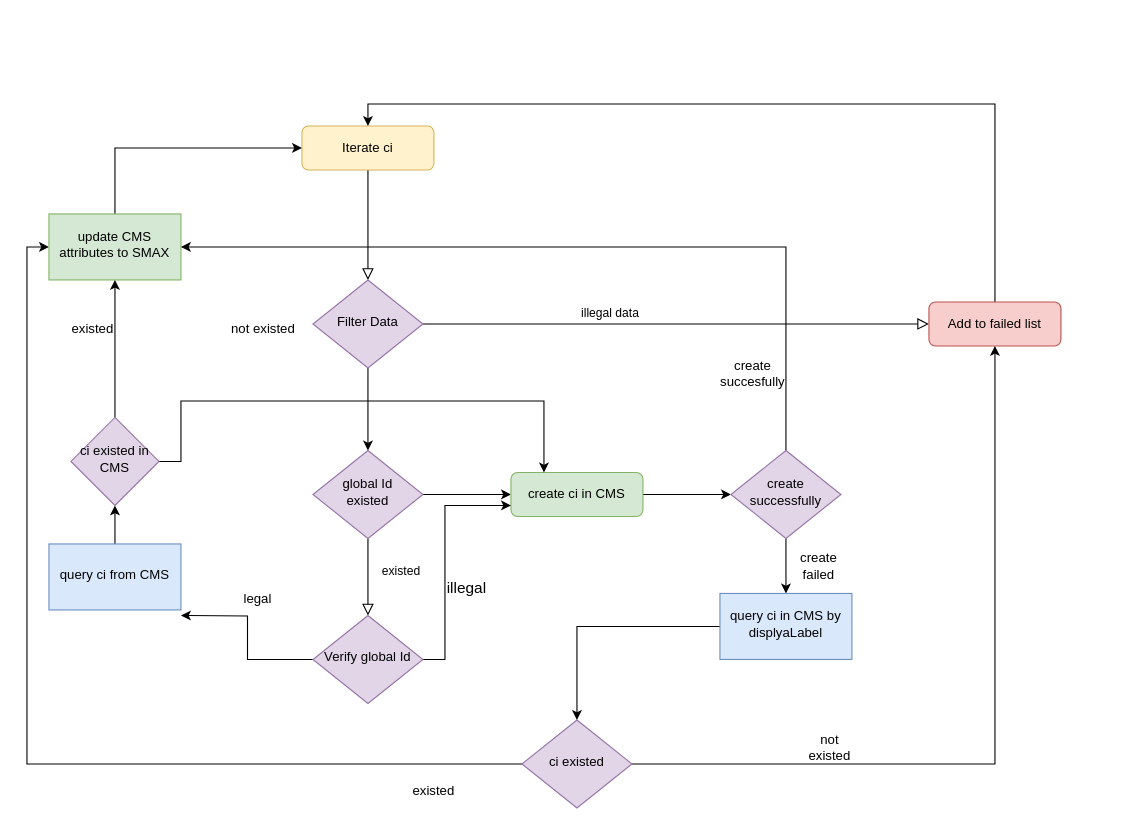
Earlier version of the draw.io diagram page "Page-1" (1 of 2) of 未命名绘图.drawio (Skylar-shanghai/diagrams). Source tidied: cells renumbered, new cells numbered last; positions are measured from the earlier drawing's top-left corner, leaving out a move shared by most shapes. Both pictures are drawn from the tidied source at 110%, with x=0, y=0 at pixel (48, 103).
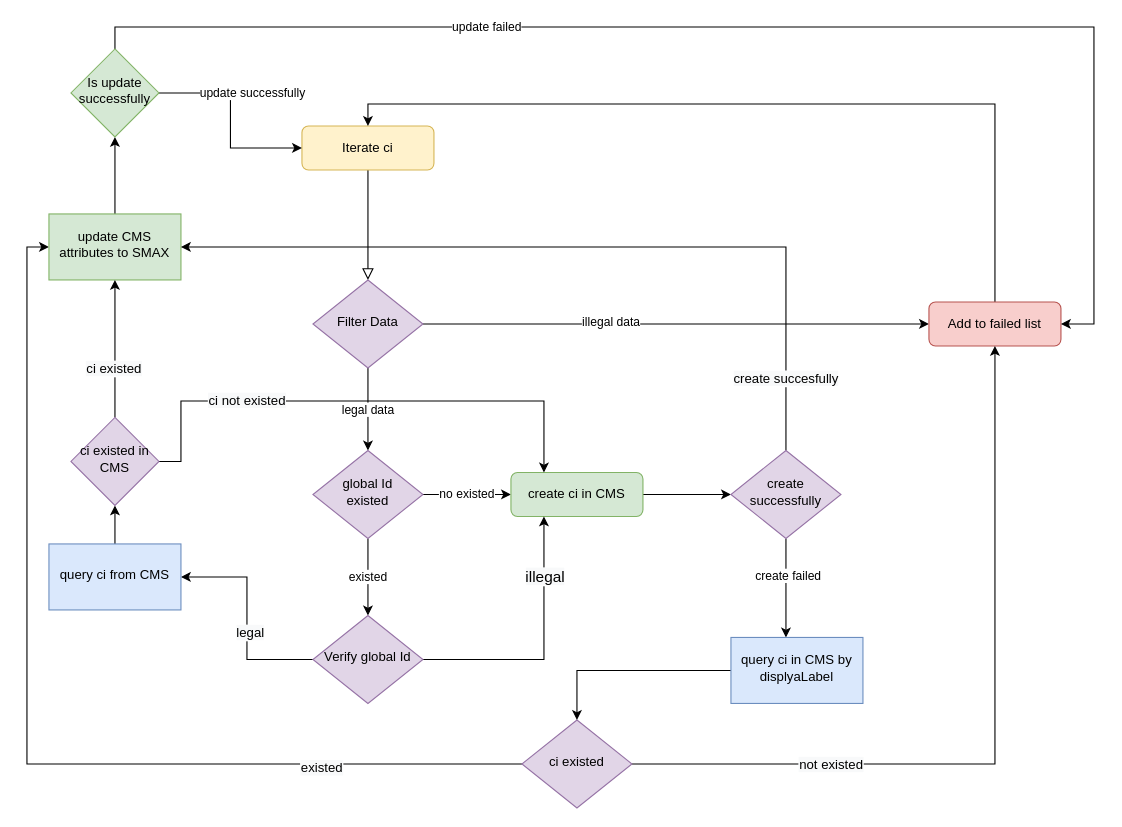
After the change.

Unchanged cells that the change refers to:
```xml
<mxCell id="3" value="Iterate ci" style="rounded=1;whiteSpace=wrap;html=1;fontSize=12;glass=0;strokeWidth=1;shadow=0;fillColor=#fff2cc;strokeColor=#d6b656;" parent="1" vertex="1">
  <mxGeometry x="230" y="20" width="120" height="40" as="geometry" />
</mxCell>
<mxCell id="6" value="Filter Data" style="rhombus;whiteSpace=wrap;html=1;shadow=0;fontFamily=Helvetica;fontSize=12;align=center;strokeWidth=1;spacing=6;spacingTop=-4;fillColor=#e1d5e7;strokeColor=#9673a6;" parent="1" vertex="1">
  <mxGeometry x="240" y="160" width="100" height="80" as="geometry" />
</mxCell>
<mxCell id="8" value="Add to failed list" style="rounded=1;whiteSpace=wrap;html=1;fontSize=12;glass=0;strokeWidth=1;shadow=0;fillColor=#f8cecc;strokeColor=#b85450;" parent="1" vertex="1">
  <mxGeometry x="800" y="180" width="120" height="40" as="geometry" />
</mxCell>
<mxCell id="11" value="global Id&lt;br&gt;existed" style="rhombus;whiteSpace=wrap;html=1;shadow=0;fontFamily=Helvetica;fontSize=12;align=center;strokeWidth=1;spacing=6;spacingTop=-4;fillColor=#e1d5e7;strokeColor=#9673a6;" parent="1" vertex="1">
  <mxGeometry x="240" y="315" width="100" height="80" as="geometry" />
</mxCell>
<mxCell id="13" value="create ci in CMS" style="rounded=1;whiteSpace=wrap;html=1;fontSize=12;glass=0;strokeWidth=1;shadow=0;fillColor=#d5e8d4;strokeColor=#82b366;" parent="1" vertex="1">
  <mxGeometry x="420" y="335" width="120" height="40" as="geometry" />
</mxCell>
<mxCell id="14" style="edgeStyle=orthogonalEdgeStyle;rounded=0;jettySize=auto;html=1;entryX=0.5;entryY=1;entryDx=0;entryDy=0;exitX=1;exitY=0.5;exitDx=0;exitDy=0;" parent="1" edge="1" source="16" target="8">
  <mxGeometry relative="1" as="geometry">
    <Array as="points">
      <mxPoint x="860" y="600" />
    </Array>
  </mxGeometry>
</mxCell>
<mxCell id="15" style="edgeStyle=orthogonalEdgeStyle;rounded=0;jettySize=auto;html=1;entryX=0;entryY=0.5;entryDx=0;entryDy=0;" parent="1" edge="1" source="16" target="23">
  <mxGeometry relative="1" as="geometry" />
</mxCell>
<mxCell id="19" value="Verify global Id" style="rhombus;whiteSpace=wrap;html=1;shadow=0;fontFamily=Helvetica;fontSize=12;align=center;strokeWidth=1;spacing=6;spacingTop=-4;fillColor=#e1d5e7;strokeColor=#9673a6;" parent="1" vertex="1">
  <mxGeometry x="240" y="465" width="100" height="80" as="geometry" />
</mxCell>
<mxCell id="21" value="query ci from CMS" style="whiteSpace=wrap;html=1;shadow=0;strokeWidth=1;spacing=6;spacingTop=-4;fillColor=#dae8fc;strokeColor=#6c8ebf;" parent="1" vertex="1">
  <mxGeometry y="400" width="120" height="60" as="geometry" />
</mxCell>
<mxCell id="23" value="update CMS attributes to SMAX" style="whiteSpace=wrap;html=1;shadow=0;strokeWidth=1;spacing=6;spacingTop=-4;fillColor=#d5e8d4;strokeColor=#82b366;" parent="1" vertex="1">
  <mxGeometry y="100" width="120" height="60" as="geometry" />
</mxCell>
<mxCell id="26" style="edgeStyle=orthogonalEdgeStyle;rounded=0;jettySize=auto;html=1;entryX=0.25;entryY=0;entryDx=0;entryDy=0;fontSize=12;" parent="1" edge="1" source="28" target="13">
  <mxGeometry relative="1" as="geometry">
    <Array as="points">
      <mxPoint x="120" y="325" />
      <mxPoint x="120" y="270" />
      <mxPoint x="450" y="270" />
    </Array>
  </mxGeometry>
</mxCell>
<mxCell id="27" style="edgeStyle=orthogonalEdgeStyle;rounded=0;jettySize=auto;html=1;fontSize=12;" parent="1" edge="1" source="28" target="23">
  <mxGeometry relative="1" as="geometry" />
</mxCell>
<mxCell id="31" style="edgeStyle=orthogonalEdgeStyle;rounded=0;jettySize=auto;html=1;fontSize=12;" parent="1" edge="1" source="33" target="23">
  <mxGeometry relative="1" as="geometry">
    <Array as="points">
      <mxPoint x="670" y="130" />
    </Array>
  </mxGeometry>
</mxCell>
<mxCell id="33" value="create successfully" style="rhombus;whiteSpace=wrap;html=1;shadow=0;fontFamily=Helvetica;fontSize=12;align=center;strokeWidth=1;spacing=6;spacingTop=-4;fillColor=#e1d5e7;strokeColor=#9673a6;" parent="1" vertex="1">
  <mxGeometry x="620" y="315" width="100" height="80" as="geometry" />
</mxCell>
```

The edit, as a diff of the source:
```diff
@@
+    <mxCell id="5" value="legal data" style="edgeStyle=orthogonalEdgeStyle;rounded=0;jettySize=auto;html=1;exitX=0.5;exitY=1;exitDx=0;exitDy=0;entryX=0.5;entryY=0;entryDx=0;entryDy=0;" parent="1" edge="1" source="6" target="11">
+      <mxGeometry x="0.01" relative="1" as="geometry">
+        <Array as="points">
+          <mxPoint x="290" y="260" />
+          <mxPoint x="290" y="260" />
+        </Array>
+      </mxGeometry>
+    </mxCell>
+    <mxCell id="40" style="edgeStyle=orthogonalEdgeStyle;rounded=0;jettySize=auto;html=1;entryX=0;entryY=0.5;entryDx=0;entryDy=0;" parent="1" edge="1" source="6" target="8">
+      <mxGeometry relative="1" as="geometry" />
+    </mxCell>
-    <mxCell id="4" value="illegal data" style="edgeStyle=orthogonalEdgeStyle;rounded=0;html=1;jettySize=auto;fontSize=11;endArrow=block;endFill=0;endSize=8;strokeWidth=1;shadow=0;labelBackgroundColor=none;" parent="1" edge="1" source="6" target="8">
-      <mxGeometry x="-0.26" y="10" relative="1" as="geometry" />
+    <mxCell id="4" value="illegal data" style="edgeLabel;html=1;align=center;verticalAlign=middle;" parent="40" vertex="1">
+      <mxGeometry x="-0.26" y="3" relative="1" as="geometry" />
     </mxCell>
-    <mxCell id="5" style="edgeStyle=orthogonalEdgeStyle;rounded=0;jettySize=auto;html=1;exitX=0.5;exitY=1;exitDx=0;exitDy=0;entryX=0.5;entryY=0;entryDx=0;entryDy=0;" parent="1" edge="1" source="6" target="11">
-      <mxGeometry relative="1" as="geometry" />
-    </mxCell>
@@
-    <mxCell id="9" value="existed" style="rounded=0;html=1;jettySize=auto;fontSize=11;endArrow=block;endFill=0;endSize=8;strokeWidth=1;shadow=0;labelBackgroundColor=none;edgeStyle=orthogonalEdgeStyle;" parent="1" edge="1" source="11">
-      <mxGeometry x="-0.14" y="30" relative="1" as="geometry">
-        <mxPoint x="290" y="465" as="targetPoint" />
-      </mxGeometry>
-    </mxCell>
-    <mxCell id="10" style="edgeStyle=orthogonalEdgeStyle;rounded=0;jettySize=auto;html=1;entryX=0;entryY=0.5;entryDx=0;entryDy=0;" parent="1" edge="1" source="11" target="13">
+    <mxCell id="10" value="no existed" style="edgeStyle=orthogonalEdgeStyle;rounded=0;jettySize=auto;html=1;entryX=0;entryY=0.5;entryDx=0;entryDy=0;" parent="1" edge="1" source="11" target="13">
       <mxGeometry relative="1" as="geometry" />
     </mxCell>
+    <mxCell id="41" value="existed" style="edgeStyle=orthogonalEdgeStyle;rounded=0;jettySize=auto;html=1;" parent="1" edge="1" source="11" target="19">
+      <mxGeometry relative="1" as="geometry" />
+    </mxCell>
@@
+    <mxCell id="42" value="&lt;span style=&quot;font-size: 12px ; background-color: rgb(248 , 249 , 250)&quot;&gt;not existed&lt;/span&gt;" style="edgeLabel;html=1;align=center;verticalAlign=middle;" parent="14" vertex="1">
+      <mxGeometry x="-0.29" relative="1" as="geometry">
+        <mxPoint x="-72" as="offset" />
+      </mxGeometry>
+    </mxCell>
@@
+    <mxCell id="43" value="&lt;span style=&quot;font-size: 12px ; background-color: rgb(248 , 249 , 250)&quot;&gt;existed&lt;/span&gt;" style="edgeLabel;html=1;align=center;verticalAlign=middle;" parent="15" vertex="1">
+      <mxGeometry x="-0.61" y="3" relative="1" as="geometry" />
+    </mxCell>
@@
-    <mxCell id="17" style="edgeStyle=orthogonalEdgeStyle;rounded=0;jettySize=auto;html=1;fontSize=14;" parent="1" edge="1" source="19">
-      <mxGeometry relative="1" as="geometry">
-        <mxPoint x="420" y="365" as="targetPoint" />
-        <Array as="points">
-          <mxPoint x="360" y="505" />
-          <mxPoint x="360" y="365" />
-          <mxPoint x="420" y="365" />
-        </Array>
-      </mxGeometry>
-    </mxCell>
-    <mxCell id="18" style="edgeStyle=orthogonalEdgeStyle;rounded=0;jettySize=auto;html=1;fontSize=12;" parent="1" edge="1" source="19">
-      <mxGeometry relative="1" as="geometry">
-        <mxPoint x="120" y="465" as="targetPoint" />
-      </mxGeometry>
+    <mxCell id="18" style="edgeStyle=orthogonalEdgeStyle;rounded=0;jettySize=auto;html=1;fontSize=12;entryX=1;entryY=0.5;entryDx=0;entryDy=0;" parent="1" edge="1" source="19" target="21">
+      <mxGeometry relative="1" as="geometry" />
     </mxCell>
+    <mxCell id="24" value="&lt;span style=&quot;font-size: 12px ; background-color: rgb(248 , 249 , 250)&quot;&gt;legal&lt;/span&gt;" style="edgeLabel;html=1;align=center;verticalAlign=middle;" parent="18" vertex="1">
+      <mxGeometry x="-0.13" y="-2" relative="1" as="geometry" />
+    </mxCell>
+    <mxCell id="44" style="edgeStyle=orthogonalEdgeStyle;rounded=0;jettySize=auto;html=1;entryX=0.25;entryY=1;entryDx=0;entryDy=0;" parent="1" edge="1" source="19" target="13">
+      <mxGeometry relative="1" as="geometry" />
+    </mxCell>
+    <mxCell id="25" value="&lt;span style=&quot;font-size: 14px ; background-color: rgb(248 , 249 , 250)&quot;&gt;illegal&lt;/span&gt;" style="edgeLabel;html=1;align=center;verticalAlign=middle;" parent="44" vertex="1">
+      <mxGeometry x="0.55" relative="1" as="geometry" />
+    </mxCell>
@@
-    <mxCell id="22" style="edgeStyle=orthogonalEdgeStyle;rounded=0;jettySize=auto;html=1;entryX=0;entryY=0.5;entryDx=0;entryDy=0;" parent="1" edge="1" source="23" target="3">
-      <mxGeometry relative="1" as="geometry">
-        <Array as="points">
-          <mxPoint x="60" y="40" />
-        </Array>
-      </mxGeometry>
-    </mxCell>
+    <mxCell id="45" style="edgeStyle=orthogonalEdgeStyle;rounded=0;jettySize=auto;html=1;" parent="1" edge="1" source="23" target="52">
+      <mxGeometry relative="1" as="geometry" />
+    </mxCell>
@@
-    <mxCell id="24" value="legal" style="text;html=1;strokeColor=none;fillColor=none;align=center;verticalAlign=middle;whiteSpace=wrap;rounded=0;" parent="1" vertex="1">
-      <mxGeometry x="160" y="435" width="60" height="30" as="geometry" />
-    </mxCell>
-    <mxCell id="25" value="illegal" style="text;html=1;strokeColor=none;fillColor=none;align=center;verticalAlign=middle;whiteSpace=wrap;rounded=0;fontSize=14;" parent="1" vertex="1">
-      <mxGeometry x="350" y="425" width="60" height="30" as="geometry" />
-    </mxCell>
@@
+    <mxCell id="46" value="&lt;span style=&quot;font-size: 12px ; background-color: rgb(248 , 249 , 250)&quot;&gt;ci not existed&lt;/span&gt;" style="edgeLabel;html=1;align=center;verticalAlign=middle;" parent="26" vertex="1">
+      <mxGeometry x="-0.43" y="1" relative="1" as="geometry" />
+    </mxCell>
@@
+    <mxCell id="47" value="&lt;span style=&quot;font-size: 12px ; background-color: rgb(248 , 249 , 250)&quot;&gt;ci existed&lt;/span&gt;" style="edgeLabel;html=1;align=center;verticalAlign=middle;" parent="27" vertex="1">
+      <mxGeometry x="-0.28" y="2" relative="1" as="geometry" />
+    </mxCell>
@@
-    <mxCell id="29" value="not existed" style="text;html=1;strokeColor=none;fillColor=none;align=center;verticalAlign=middle;whiteSpace=wrap;rounded=0;fontSize=12;" parent="1" vertex="1">
-      <mxGeometry x="160" y="190" width="70" height="30" as="geometry" />
-    </mxCell>
-    <mxCell id="30" value="existed" style="text;html=1;strokeColor=none;fillColor=none;align=center;verticalAlign=middle;whiteSpace=wrap;rounded=0;fontSize=12;" parent="1" vertex="1">
-      <mxGeometry x="10" y="190" width="60" height="30" as="geometry" />
-    </mxCell>
@@
+    <mxCell id="34" value="&lt;span style=&quot;font-size: 12px ; background-color: rgb(248 , 249 , 250)&quot;&gt;create succesfully&lt;/span&gt;" style="edgeLabel;html=1;align=center;verticalAlign=middle;" parent="31" vertex="1">
+      <mxGeometry x="-0.82" y="1" relative="1" as="geometry" />
+    </mxCell>
     <mxCell id="32" style="edgeStyle=orthogonalEdgeStyle;rounded=0;jettySize=auto;html=1;fontSize=12;" parent="1" edge="1" source="33" target="36">
-      <mxGeometry relative="1" as="geometry" />
+      <mxGeometry relative="1" as="geometry">
+        <Array as="points">
+          <mxPoint x="670" y="410" />
+          <mxPoint x="670" y="410" />
+        </Array>
+      </mxGeometry>
     </mxCell>
+    <mxCell id="37" value="create failed" style="edgeLabel;html=1;align=center;verticalAlign=middle;" parent="32" vertex="1">
+      <mxGeometry x="-0.27" y="1" relative="1" as="geometry" />
+    </mxCell>
@@
-    <mxCell id="34" value="create succesfully" style="text;html=1;strokeColor=none;fillColor=none;align=center;verticalAlign=middle;whiteSpace=wrap;rounded=0;fontSize=12;" parent="1" vertex="1">
-      <mxGeometry x="610" y="230" width="60" height="30" as="geometry" />
-    </mxCell>
@@
     <mxCell id="36" value="query ci in CMS by displyaLabel" style="whiteSpace=wrap;html=1;shadow=0;strokeWidth=1;spacing=6;spacingTop=-4;fillColor=#dae8fc;strokeColor=#6c8ebf;" parent="1" vertex="1">
-      <mxGeometry x="610" y="445" width="120" height="60" as="geometry" />
+      <mxGeometry x="620" y="485" width="120" height="60" as="geometry" />
     </mxCell>
-    <mxCell id="37" value="create failed" style="text;html=1;strokeColor=none;fillColor=none;align=center;verticalAlign=middle;whiteSpace=wrap;rounded=0;fontSize=12;" parent="1" vertex="1">
-      <mxGeometry x="670" y="405" width="60" height="30" as="geometry" />
-    </mxCell>
-    <mxCell id="38" value="not existed" style="text;html=1;strokeColor=none;fillColor=none;align=center;verticalAlign=middle;whiteSpace=wrap;rounded=0;fontSize=12;" parent="1" vertex="1">
-      <mxGeometry x="680" y="570" width="60" height="30" as="geometry" />
-    </mxCell>
-    <mxCell id="39" value="existed" style="text;html=1;strokeColor=none;fillColor=none;align=center;verticalAlign=middle;whiteSpace=wrap;rounded=0;fontSize=12;" parent="1" vertex="1">
-      <mxGeometry x="320" y="610" width="60" height="30" as="geometry" />
-    </mxCell>
+    <mxCell id="48" style="edgeStyle=orthogonalEdgeStyle;rounded=0;jettySize=auto;html=1;entryX=0;entryY=0.5;entryDx=0;entryDy=0;" parent="1" edge="1" source="52" target="3">
+      <mxGeometry relative="1" as="geometry" />
+    </mxCell>
+    <mxCell id="49" value="update successfully" style="edgeLabel;html=1;align=center;verticalAlign=middle;" parent="48" vertex="1">
+      <mxGeometry x="-0.52" y="1" relative="1" as="geometry">
+        <mxPoint x="41" as="offset" />
+      </mxGeometry>
+    </mxCell>
+    <mxCell id="50" style="edgeStyle=orthogonalEdgeStyle;rounded=0;jettySize=auto;html=1;entryX=1;entryY=0.5;entryDx=0;entryDy=0;" parent="1" edge="1" source="52" target="8">
+      <mxGeometry relative="1" as="geometry">
+        <Array as="points">
+          <mxPoint x="60" y="-70" />
+          <mxPoint x="950" y="-70" />
+          <mxPoint x="950" y="200" />
+        </Array>
+      </mxGeometry>
+    </mxCell>
+    <mxCell id="51" value="update failed" style="edgeLabel;html=1;align=center;verticalAlign=middle;" parent="50" vertex="1">
+      <mxGeometry x="-0.41" y="1" relative="1" as="geometry" />
+    </mxCell>
+    <mxCell id="52" value="Is update successfully" style="rhombus;whiteSpace=wrap;html=1;fillColor=#d5e8d4;strokeColor=#82b366;shadow=0;strokeWidth=1;spacing=6;spacingTop=-4;" parent="1" vertex="1">
+      <mxGeometry x="20" y="-50" width="80" height="80" as="geometry" />
+    </mxCell>
```
